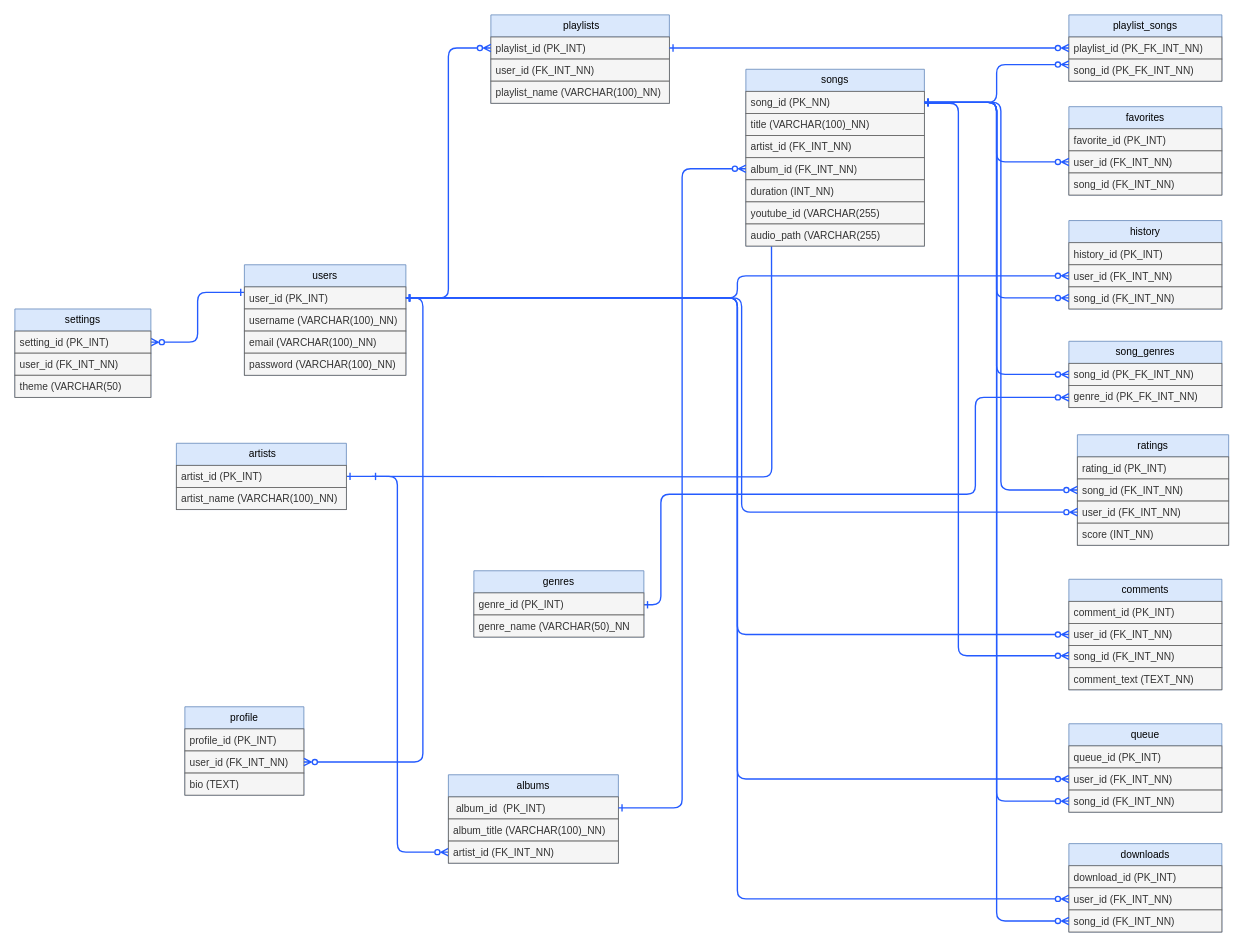
Above: soundsync.drawio in peraltaisaiahjaireh-maker/SYSTEM.SIAxDBMS_GROUP5 (draw.io), before the change. Source tidied: cells renumbered, new cells numbered last; positions are measured from the earlier drawing's top-left corner, leaving out a move shared by most shapes. Both pictures are drawn from the tidied source at 85%, with x=0, y=0 at pixel (14, 14).
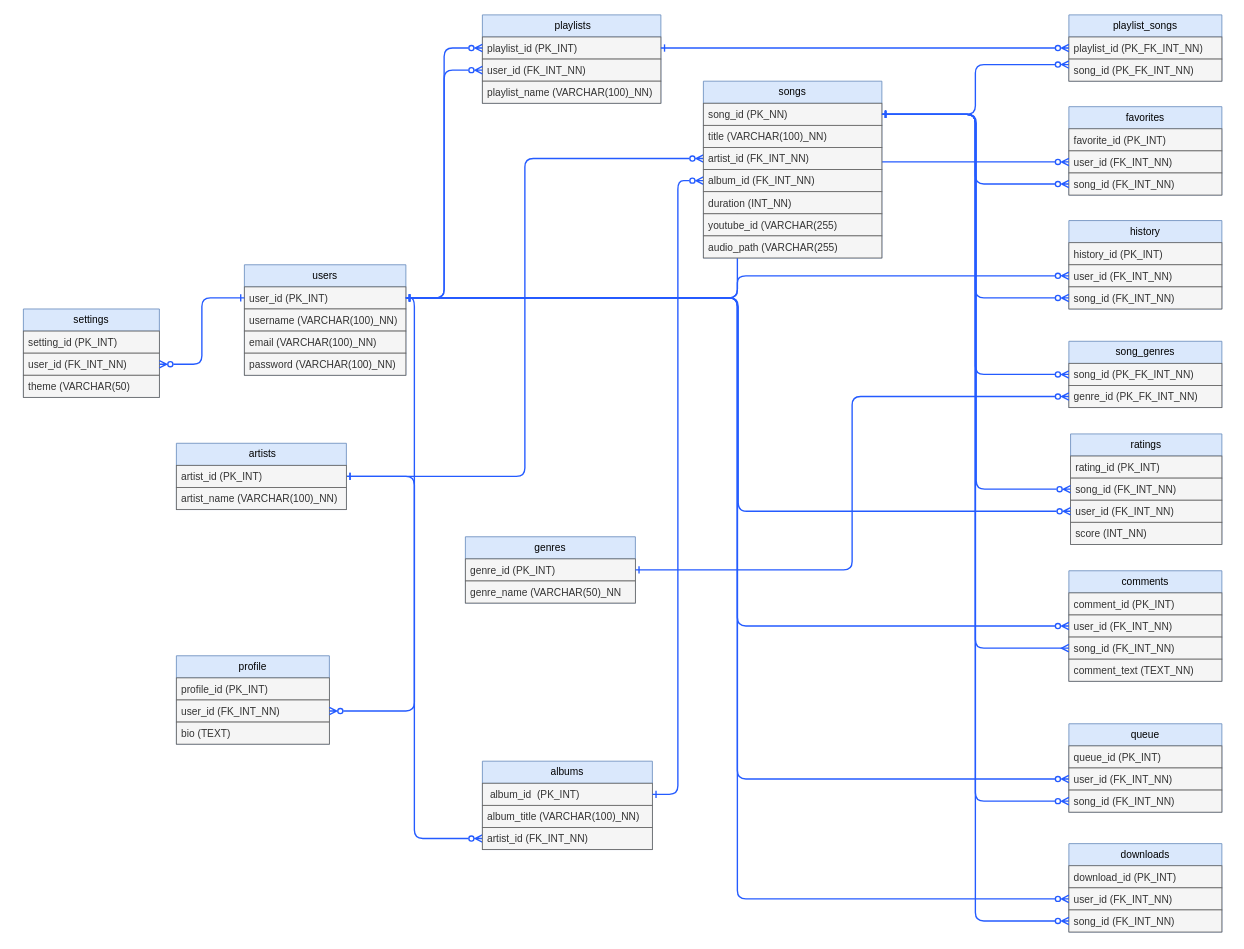
The same diagram, later.

Unchanged cells that the change refers to:
```xml
<mxCell id="3" value="users" style="swimlane;fontStyle=0;horizontal=1;startSize=26;fillColor=#dae8fc;whiteSpace=wrap;html=1;strokeColor=#6c8ebf;" parent="1" vertex="1">
  <mxGeometry x="270" y="294" width="190" height="130" as="geometry" />
</mxCell>
<mxCell id="4" value="user_id (PK_INT)" style="text;strokeColor=#666666;fillColor=#f5f5f5;align=left;verticalAlign=top;spacingLeft=4;spacingRight=4;overflow=hidden;points=[[0,0.5],[1,0.5]];portConstraint=eastwest;whiteSpace=wrap;html=1;fontColor=#333333;" parent="3" vertex="1">
  <mxGeometry y="26" width="190" height="26" as="geometry" />
</mxCell>
<mxCell id="10" value="&amp;nbsp;artists" style="swimlane;fontStyle=0;horizontal=1;startSize=26;fillColor=#dae8fc;whiteSpace=wrap;html=1;strokeColor=#6c8ebf;" parent="1" vertex="1">
  <mxGeometry x="190" y="504" width="200" height="78" as="geometry" />
</mxCell>
<mxCell id="27" value="user_id (FK_INT_NN)" style="text;strokeColor=#666666;fillColor=#f5f5f5;align=left;verticalAlign=top;spacingLeft=4;spacingRight=4;overflow=hidden;points=[[0,0.5],[1,0.5]];portConstraint=eastwest;whiteSpace=wrap;html=1;fontColor=#333333;" parent="25" vertex="1">
  <mxGeometry y="52" width="210" height="26" as="geometry" />
</mxCell>
<mxCell id="34" value="user_id (FK_INT_NN)&amp;nbsp;" style="text;strokeColor=#666666;fillColor=#f5f5f5;align=left;verticalAlign=top;spacingLeft=4;spacingRight=4;overflow=hidden;points=[[0,0.5],[1,0.5]];portConstraint=eastwest;whiteSpace=wrap;html=1;fontColor=#333333;" parent="32" vertex="1">
  <mxGeometry y="52" width="180" height="26" as="geometry" />
</mxCell>
<mxCell id="35" value="song_id (FK_INT_NN)" style="text;strokeColor=#666666;fillColor=#f5f5f5;align=left;verticalAlign=top;spacingLeft=4;spacingRight=4;overflow=hidden;points=[[0,0.5],[1,0.5]];portConstraint=eastwest;whiteSpace=wrap;html=1;fontColor=#333333;" parent="32" vertex="1">
  <mxGeometry y="78" width="180" height="26" as="geometry" />
</mxCell>
<mxCell id="42" value="&lt;div&gt;&lt;font color=&quot;#333333&quot;&gt;genre_id&lt;/font&gt;&lt;span style=&quot;color: rgb(51, 51, 51); background-color: transparent;&quot;&gt; &lt;/span&gt;&lt;span style=&quot;color: rgb(51, 51, 51); background-color: transparent;&quot;&gt;(PK_FK_INT_NN)&lt;/span&gt;&lt;/div&gt;" style="text;strokeColor=#666666;fillColor=#f5f5f5;align=left;verticalAlign=top;spacingLeft=4;spacingRight=4;overflow=hidden;points=[[0,0.5],[1,0.5]];portConstraint=eastwest;whiteSpace=wrap;html=1;fontColor=#333333;" parent="40" vertex="1">
  <mxGeometry y="52" width="180" height="26" as="geometry" />
</mxCell>
<mxCell id="51" value="song_id&lt;span style=&quot;color: rgb(51, 51, 51);&quot;&gt; &lt;/span&gt;&lt;span style=&quot;scrollbar-color: rgba(168, 169, 170, 0.52) rgb(18, 19, 20); color: rgb(51, 51, 51);&quot;&gt;(FK_INT_NN)&lt;/span&gt;" style="text;strokeColor=#666666;fillColor=#f5f5f5;align=left;verticalAlign=top;spacingLeft=4;spacingRight=4;overflow=hidden;points=[[0,0.5],[1,0.5]];portConstraint=eastwest;whiteSpace=wrap;html=1;fontColor=#333333;" parent="48" vertex="1">
  <mxGeometry y="78" width="180" height="26" as="geometry" />
</mxCell>
<mxCell id="58" value="setting_id (PK_INT)" style="text;strokeColor=#666666;fillColor=#f5f5f5;align=left;verticalAlign=top;spacingLeft=4;spacingRight=4;overflow=hidden;points=[[0,0.5],[1,0.5]];portConstraint=eastwest;whiteSpace=wrap;html=1;fontColor=#333333;" parent="57" vertex="1">
  <mxGeometry y="26" width="160" height="26" as="geometry" />
</mxCell>
<mxCell id="59" value="user_id (FK_INT_NN)" style="text;strokeColor=#666666;fillColor=#f5f5f5;align=left;verticalAlign=top;spacingLeft=4;spacingRight=4;overflow=hidden;points=[[0,0.5],[1,0.5]];portConstraint=eastwest;whiteSpace=wrap;html=1;fontColor=#333333;" parent="57" vertex="1">
  <mxGeometry y="52" width="160" height="26" as="geometry" />
</mxCell>
<mxCell id="88" value="genre_id (PK_INT)" style="text;strokeColor=#666666;fillColor=#f5f5f5;align=left;verticalAlign=top;spacingLeft=4;spacingRight=4;overflow=hidden;points=[[0,0.5],[1,0.5]];portConstraint=eastwest;whiteSpace=wrap;html=1;fontColor=#333333;" parent="87" vertex="1">
  <mxGeometry y="26" width="200" height="26" as="geometry" />
</mxCell>
```

The edit, as a diff of the source:
```diff
@@
-    <mxCell id="2" style="edgeStyle=orthogonalEdgeStyle;shape=connector;rounded=1;html=1;exitX=0;exitY=0.25;exitDx=0;exitDy=0;entryX=1;entryY=0.5;entryDx=0;entryDy=0;strokeColor=#245BFF;strokeWidth=1.6;align=center;verticalAlign=middle;fontFamily=Helvetica;fontSize=11;fontColor=default;labelBackgroundColor=default;startArrow=ERone;startFill=0;endArrow=ERzeroToMany;endFill=0;" parent="1" edge="1" source="3" target="58">
-      <mxGeometry relative="1" as="geometry" />
-    </mxCell>
@@
-    <mxCell id="8" style="edgeStyle=orthogonalEdgeStyle;shape=connector;rounded=1;html=1;exitX=1;exitY=0.5;exitDx=0;exitDy=0;entryX=0;entryY=0.5;entryDx=0;entryDy=0;strokeColor=#245BFF;strokeWidth=1.6;align=center;verticalAlign=middle;fontFamily=Helvetica;fontSize=11;fontColor=default;labelBackgroundColor=default;startArrow=ERone;startFill=0;endArrow=ERzeroToMany;endFill=0;curved=0;jumpStyle=none;flowAnimation=0;" parent="1" edge="1">
-      <mxGeometry relative="1" as="geometry">
-        <mxPoint x="420" y="543" as="sourcePoint" />
-        <mxPoint x="890" y="155" as="targetPoint" />
-      </mxGeometry>
-    </mxCell>
@@
+    <mxCell id="90" style="edgeStyle=orthogonalEdgeStyle;shape=connector;rounded=1;html=1;exitX=1;exitY=0.5;exitDx=0;exitDy=0;entryX=0;entryY=0.5;entryDx=0;entryDy=0;strokeColor=#245BFF;strokeWidth=1.6;align=center;verticalAlign=middle;fontFamily=Helvetica;fontSize=11;fontColor=default;labelBackgroundColor=default;startArrow=ERone;startFill=0;endArrow=ERzeroToMany;endFill=0;" parent="1" edge="1" source="10" target="20">
+      <mxGeometry relative="1" as="geometry" />
+    </mxCell>
@@
     <mxCell id="13" value="albums" style="swimlane;fontStyle=0;horizontal=1;startSize=26;fillColor=#dae8fc;whiteSpace=wrap;html=1;strokeColor=#6c8ebf;" parent="1" vertex="1">
-      <mxGeometry x="510" y="894" width="200" height="104" as="geometry" />
+      <mxGeometry x="550" y="878" width="200" height="104" as="geometry" />
     </mxCell>
@@
-    <mxCell id="17" value="songs" style="swimlane;fontStyle=0;horizontal=1;startSize=26;fillColor=#dae8fc;whiteSpace=wrap;html=1;strokeColor=#6c8ebf;" parent="1" vertex="1">
-      <mxGeometry x="860" y="64" width="210" height="208" as="geometry" />
-    </mxCell>
-    <mxCell id="18" value="&lt;div style=&quot;&quot;&gt;&lt;span style=&quot;background-color: transparent;&quot;&gt;song_id (PK_NN)&amp;nbsp;&lt;/span&gt;&lt;/div&gt;" style="text;strokeColor=#666666;fillColor=#f5f5f5;align=left;verticalAlign=top;spacingLeft=4;spacingRight=4;overflow=hidden;points=[[0,0.5],[1,0.5]];portConstraint=eastwest;whiteSpace=wrap;html=1;fontColor=#333333;" parent="17" vertex="1">
-      <mxGeometry y="26" width="210" height="26" as="geometry" />
-    </mxCell>
-    <mxCell id="19" value="title (VARCHAR(100)_NN)" style="text;strokeColor=#666666;fillColor=#f5f5f5;align=left;verticalAlign=top;spacingLeft=4;spacingRight=4;overflow=hidden;whiteSpace=wrap;html=1;fontColor=#333333;" parent="17" vertex="1">
-      <mxGeometry y="52" width="210" height="26" as="geometry" />
-    </mxCell>
-    <mxCell id="20" value="&lt;span style=&quot;color: rgb(51, 51, 51);&quot;&gt;artist_id (FK_INT_NN)&lt;/span&gt;" style="text;strokeColor=#666666;fillColor=#f5f5f5;align=left;verticalAlign=top;spacingLeft=4;spacingRight=4;overflow=hidden;points=[[0,0.5],[1,0.5]];portConstraint=eastwest;whiteSpace=wrap;html=1;fontColor=#333333;" parent="17" vertex="1">
-      <mxGeometry y="78" width="210" height="26" as="geometry" />
-    </mxCell>
-    <mxCell id="21" value="album_id (FK_INT_NN)" style="text;strokeColor=#666666;fillColor=#f5f5f5;align=left;verticalAlign=top;spacingLeft=4;spacingRight=4;overflow=hidden;points=[[0,0.5],[1,0.5]];portConstraint=eastwest;whiteSpace=wrap;html=1;fontColor=#333333;" parent="17" vertex="1">
-      <mxGeometry y="104" width="210" height="26" as="geometry" />
-    </mxCell>
-    <mxCell id="22" value="duration (INT_NN)&amp;nbsp;" style="text;strokeColor=#666666;fillColor=#f5f5f5;align=left;verticalAlign=top;spacingLeft=4;spacingRight=4;overflow=hidden;whiteSpace=wrap;html=1;fontColor=#333333;" parent="17" vertex="1">
-      <mxGeometry y="130" width="210" height="26" as="geometry" />
-    </mxCell>
-    <mxCell id="23" value="youtube_id (VARCHAR(255)" style="text;strokeColor=#666666;fillColor=#f5f5f5;align=left;verticalAlign=top;spacingLeft=4;spacingRight=4;overflow=hidden;whiteSpace=wrap;html=1;fontColor=#333333;" parent="17" vertex="1">
-      <mxGeometry y="156" width="210" height="26" as="geometry" />
-    </mxCell>
-    <mxCell id="24" value="audio_path (VARCHAR(255)" style="text;strokeColor=#666666;fillColor=#f5f5f5;align=left;verticalAlign=top;spacingLeft=4;spacingRight=4;overflow=hidden;whiteSpace=wrap;html=1;fontColor=#333333;" parent="17" vertex="1">
-      <mxGeometry y="182" width="210" height="26" as="geometry" />
-    </mxCell>
     <mxCell id="25" value="&amp;nbsp;playlists" style="swimlane;fontStyle=0;horizontal=1;startSize=26;fillColor=#dae8fc;whiteSpace=wrap;html=1;strokeColor=#6c8ebf;" parent="1" vertex="1">
-      <mxGeometry x="560" width="210" height="104" as="geometry" />
+      <mxGeometry x="550" width="210" height="104" as="geometry" />
     </mxCell>
@@
     <mxCell id="43" value="ratings" style="swimlane;fontStyle=0;horizontal=1;startSize=26;fillColor=#dae8fc;whiteSpace=wrap;html=1;strokeColor=#6c8ebf;" parent="1" vertex="1">
-      <mxGeometry x="1250" y="494" width="178" height="130" as="geometry" />
+      <mxGeometry x="1242" y="493" width="178" height="130" as="geometry" />
     </mxCell>
@@
     <mxCell id="48" value="comments" style="swimlane;fontStyle=0;horizontal=1;startSize=26;fillColor=#dae8fc;whiteSpace=wrap;html=1;strokeColor=#6c8ebf;" parent="1" vertex="1">
-      <mxGeometry x="1240" y="664" width="180" height="130" as="geometry" />
+      <mxGeometry x="1240" y="654" width="180" height="130" as="geometry" />
     </mxCell>
@@
     <mxCell id="57" value="settings" style="swimlane;fontStyle=0;horizontal=1;startSize=26;fillColor=#dae8fc;whiteSpace=wrap;html=1;strokeColor=#6c8ebf;" parent="1" vertex="1">
-      <mxGeometry y="346" width="160" height="104" as="geometry" />
+      <mxGeometry x="10" y="346" width="160" height="104" as="geometry" />
     </mxCell>
@@
     <mxCell id="65" value="profile" style="swimlane;fontStyle=0;horizontal=1;startSize=26;fillColor=#dae8fc;whiteSpace=wrap;html=1;strokeColor=#6c8ebf;" parent="1" vertex="1">
-      <mxGeometry x="200" y="814" width="140" height="104" as="geometry" />
+      <mxGeometry x="190" y="754" width="180" height="104" as="geometry" />
     </mxCell>
     <mxCell id="66" value="profile_id (PK_INT)" style="text;strokeColor=#666666;fillColor=#f5f5f5;align=left;verticalAlign=top;spacingLeft=4;spacingRight=4;overflow=hidden;whiteSpace=wrap;html=1;fontColor=#333333;" parent="65" vertex="1">
-      <mxGeometry y="26" width="140" height="26" as="geometry" />
+      <mxGeometry y="26" width="180" height="26" as="geometry" />
     </mxCell>
     <mxCell id="67" value="user_id (FK_INT_NN)" style="text;strokeColor=#666666;fillColor=#f5f5f5;align=left;verticalAlign=top;spacingLeft=4;spacingRight=4;overflow=hidden;points=[[0,0.5],[1,0.5]];portConstraint=eastwest;whiteSpace=wrap;html=1;fontColor=#333333;" parent="65" vertex="1">
-      <mxGeometry y="52" width="140" height="26" as="geometry" />
+      <mxGeometry y="52" width="180" height="26" as="geometry" />
     </mxCell>
     <mxCell id="68" value="&lt;span style=&quot;color: rgb(51, 51, 51);&quot;&gt;bio (TEXT)&lt;/span&gt;" style="text;strokeColor=#666666;fillColor=#f5f5f5;align=left;verticalAlign=top;spacingLeft=4;spacingRight=4;overflow=hidden;whiteSpace=wrap;html=1;fontColor=#333333;" parent="65" vertex="1">
-      <mxGeometry y="78" width="140" height="26" as="geometry" />
+      <mxGeometry y="78" width="180" height="26" as="geometry" />
     </mxCell>
@@
-    <mxCell id="72" style="edgeStyle=orthogonalEdgeStyle;shape=connector;rounded=1;html=1;exitX=1;exitY=0.5;exitDx=0;exitDy=0;entryX=0;entryY=0.5;entryDx=0;entryDy=0;strokeColor=#245BFF;strokeWidth=1.6;align=center;verticalAlign=middle;fontFamily=Helvetica;fontSize=11;fontColor=default;labelBackgroundColor=default;startArrow=ERone;startFill=0;endArrow=ERzeroToMany;endFill=0;" parent="1" edge="1" source="18" target="34">
-      <mxGeometry relative="1" as="geometry" />
-    </mxCell>
@@
-    <mxCell id="76" style="edgeStyle=orthogonalEdgeStyle;shape=connector;rounded=1;html=1;strokeColor=#245BFF;strokeWidth=1.6;align=center;verticalAlign=middle;fontFamily=Helvetica;fontSize=11;fontColor=default;labelBackgroundColor=default;startArrow=ERone;startFill=0;endArrow=ERzeroToMany;endFill=0;" parent="1" edge="1" target="51">
-      <mxGeometry x="-0.17" relative="1" as="geometry">
-        <mxPoint x="1070" y="104" as="sourcePoint" />
-        <Array as="points">
-          <mxPoint x="1110" y="104" />
-          <mxPoint x="1110" y="754" />
-        </Array>
-      </mxGeometry>
-    </mxCell>
@@
-    <mxCell id="81" style="edgeStyle=orthogonalEdgeStyle;shape=connector;rounded=1;html=1;exitX=1;exitY=0.5;exitDx=0;exitDy=0;strokeColor=#245BFF;strokeWidth=1.6;align=center;verticalAlign=middle;fontFamily=Helvetica;fontSize=11;fontColor=default;labelBackgroundColor=default;startArrow=ERone;startFill=0;endArrow=ERzeroToMany;endFill=0;" parent="1" edge="1" source="4" target="67">
-      <mxGeometry relative="1" as="geometry">
-        <Array as="points">
-          <mxPoint x="480" y="333" />
-          <mxPoint x="480" y="879" />
-        </Array>
-      </mxGeometry>
-    </mxCell>
@@
-    <mxCell id="86" style="edgeStyle=orthogonalEdgeStyle;shape=connector;rounded=1;html=1;exitX=1;exitY=0.5;exitDx=0;exitDy=0;entryX=0;entryY=0.5;entryDx=0;entryDy=0;strokeColor=#245BFF;strokeWidth=1.6;align=center;verticalAlign=middle;fontFamily=Helvetica;fontSize=11;fontColor=default;labelBackgroundColor=default;startArrow=ERone;startFill=0;endArrow=ERzeroToMany;endFill=0;" parent="1" edge="1">
-      <mxGeometry relative="1" as="geometry">
-        <mxPoint x="740" y="694" as="sourcePoint" />
-        <mxPoint x="1240" y="450" as="targetPoint" />
-        <Array as="points">
-          <mxPoint x="760" y="694" />
-          <mxPoint x="760" y="564" />
-          <mxPoint x="1130" y="564" />
-          <mxPoint x="1130" y="450" />
-        </Array>
-      </mxGeometry>
-    </mxCell>
     <mxCell id="87" value="genres" style="swimlane;fontStyle=0;horizontal=1;startSize=26;fillColor=#dae8fc;whiteSpace=wrap;html=1;strokeColor=#6c8ebf;" parent="1" vertex="1">
-      <mxGeometry x="540" y="654" width="200" height="78" as="geometry" />
+      <mxGeometry x="530" y="614" width="200" height="78" as="geometry" />
     </mxCell>
@@
+    <mxCell id="91" style="edgeStyle=orthogonalEdgeStyle;shape=connector;rounded=1;html=1;exitX=1;exitY=0.5;exitDx=0;exitDy=0;entryX=0;entryY=0.5;entryDx=0;entryDy=0;strokeColor=#245BFF;strokeWidth=1.6;align=center;verticalAlign=middle;fontFamily=Helvetica;fontSize=11;fontColor=default;labelBackgroundColor=default;startArrow=ERone;startFill=0;endArrow=ERzeroToMany;endFill=0;" parent="1" edge="1" source="18" target="35">
+      <mxGeometry relative="1" as="geometry" />
+    </mxCell>
+    <mxCell id="92" style="edgeStyle=orthogonalEdgeStyle;shape=connector;rounded=1;html=1;exitX=1;exitY=0.5;exitDx=0;exitDy=0;entryX=0;entryY=0.5;entryDx=0;entryDy=0;strokeColor=#245BFF;strokeWidth=1.6;align=center;verticalAlign=middle;fontFamily=Helvetica;fontSize=11;fontColor=default;labelBackgroundColor=default;startArrow=ERone;startFill=0;endArrow=ERzeroToMany;endFill=0;" parent="1" edge="1" source="4" target="34">
+      <mxGeometry relative="1" as="geometry" />
+    </mxCell>
+    <mxCell id="17" value="songs" style="swimlane;fontStyle=0;horizontal=1;startSize=26;fillColor=#dae8fc;whiteSpace=wrap;html=1;strokeColor=#6c8ebf;" parent="1" vertex="1">
+      <mxGeometry x="810" y="78" width="210" height="208" as="geometry" />
+    </mxCell>
+    <mxCell id="18" value="&lt;div style=&quot;&quot;&gt;&lt;span style=&quot;background-color: transparent;&quot;&gt;song_id (PK_NN)&amp;nbsp;&lt;/span&gt;&lt;/div&gt;" style="text;strokeColor=#666666;fillColor=#f5f5f5;align=left;verticalAlign=top;spacingLeft=4;spacingRight=4;overflow=hidden;points=[[0,0.5],[1,0.5]];portConstraint=eastwest;whiteSpace=wrap;html=1;fontColor=#333333;" parent="17" vertex="1">
+      <mxGeometry y="26" width="210" height="26" as="geometry" />
+    </mxCell>
+    <mxCell id="19" value="title (VARCHAR(100)_NN)" style="text;strokeColor=#666666;fillColor=#f5f5f5;align=left;verticalAlign=top;spacingLeft=4;spacingRight=4;overflow=hidden;whiteSpace=wrap;html=1;fontColor=#333333;" parent="17" vertex="1">
+      <mxGeometry y="52" width="210" height="26" as="geometry" />
+    </mxCell>
+    <mxCell id="20" value="&lt;span style=&quot;color: rgb(51, 51, 51);&quot;&gt;artist_id (FK_INT_NN)&lt;/span&gt;" style="text;strokeColor=#666666;fillColor=#f5f5f5;align=left;verticalAlign=top;spacingLeft=4;spacingRight=4;overflow=hidden;points=[[0,0.5],[1,0.5]];portConstraint=eastwest;whiteSpace=wrap;html=1;fontColor=#333333;" parent="17" vertex="1">
+      <mxGeometry y="78" width="210" height="26" as="geometry" />
+    </mxCell>
+    <mxCell id="21" value="album_id (FK_INT_NN)" style="text;strokeColor=#666666;fillColor=#f5f5f5;align=left;verticalAlign=top;spacingLeft=4;spacingRight=4;overflow=hidden;points=[[0,0.5],[1,0.5]];portConstraint=eastwest;whiteSpace=wrap;html=1;fontColor=#333333;" parent="17" vertex="1">
+      <mxGeometry y="104" width="210" height="26" as="geometry" />
+    </mxCell>
+    <mxCell id="22" value="duration (INT_NN)&amp;nbsp;" style="text;strokeColor=#666666;fillColor=#f5f5f5;align=left;verticalAlign=top;spacingLeft=4;spacingRight=4;overflow=hidden;whiteSpace=wrap;html=1;fontColor=#333333;" parent="17" vertex="1">
+      <mxGeometry y="130" width="210" height="26" as="geometry" />
+    </mxCell>
+    <mxCell id="23" value="youtube_id (VARCHAR(255)" style="text;strokeColor=#666666;fillColor=#f5f5f5;align=left;verticalAlign=top;spacingLeft=4;spacingRight=4;overflow=hidden;whiteSpace=wrap;html=1;fontColor=#333333;" parent="17" vertex="1">
+      <mxGeometry y="156" width="210" height="26" as="geometry" />
+    </mxCell>
+    <mxCell id="24" value="audio_path (VARCHAR(255)" style="text;strokeColor=#666666;fillColor=#f5f5f5;align=left;verticalAlign=top;spacingLeft=4;spacingRight=4;overflow=hidden;whiteSpace=wrap;html=1;fontColor=#333333;" parent="17" vertex="1">
+      <mxGeometry y="182" width="210" height="26" as="geometry" />
+    </mxCell>
+    <mxCell id="93" style="edgeStyle=orthogonalEdgeStyle;shape=connector;rounded=1;html=1;exitX=1;exitY=0.5;exitDx=0;exitDy=0;entryX=0;entryY=0.5;entryDx=0;entryDy=0;strokeColor=#245BFF;strokeWidth=1.6;align=center;verticalAlign=middle;fontFamily=Helvetica;fontSize=11;fontColor=default;labelBackgroundColor=default;startArrow=ERone;startFill=0;endArrow=ERmany;endFill=0;" parent="1" edge="1" source="18" target="51">
+      <mxGeometry relative="1" as="geometry" />
+    </mxCell>
+    <mxCell id="94" style="edgeStyle=orthogonalEdgeStyle;shape=connector;rounded=1;html=1;exitX=1;exitY=0.5;exitDx=0;exitDy=0;entryX=0;entryY=0.5;entryDx=0;entryDy=0;strokeColor=#245BFF;strokeWidth=1.6;align=center;verticalAlign=middle;fontFamily=Helvetica;fontSize=11;fontColor=default;labelBackgroundColor=default;startArrow=ERone;startFill=0;endArrow=ERzeroToMany;endFill=0;" parent="1" edge="1" source="4" target="27">
+      <mxGeometry relative="1" as="geometry" />
+    </mxCell>
+    <mxCell id="95" style="edgeStyle=orthogonalEdgeStyle;shape=connector;rounded=1;html=1;exitX=1;exitY=0.5;exitDx=0;exitDy=0;entryX=0;entryY=0.5;entryDx=0;entryDy=0;strokeColor=#245BFF;strokeWidth=1.6;align=center;verticalAlign=middle;fontFamily=Helvetica;fontSize=11;fontColor=default;labelBackgroundColor=default;startArrow=ERone;startFill=0;endArrow=ERzeroToMany;endFill=0;" parent="1" edge="1" source="88" target="42">
+      <mxGeometry relative="1" as="geometry" />
+    </mxCell>
+    <mxCell id="81" style="edgeStyle=orthogonalEdgeStyle;shape=connector;rounded=1;html=1;exitX=1;exitY=0.5;exitDx=0;exitDy=0;entryX=1;entryY=0.5;entryDx=0;entryDy=0;strokeColor=#245BFF;strokeWidth=1.6;align=center;verticalAlign=middle;fontFamily=Helvetica;fontSize=11;fontColor=default;labelBackgroundColor=default;startArrow=ERone;startFill=0;endArrow=ERzeroToMany;endFill=0;" parent="1" edge="1" source="4" target="67">
+      <mxGeometry relative="1" as="geometry" />
+    </mxCell>
+    <mxCell id="96" style="edgeStyle=orthogonalEdgeStyle;shape=connector;rounded=1;html=1;exitX=0;exitY=0.5;exitDx=0;exitDy=0;entryX=1;entryY=0.5;entryDx=0;entryDy=0;strokeColor=#245BFF;strokeWidth=1.6;align=center;verticalAlign=middle;fontFamily=Helvetica;fontSize=11;fontColor=default;labelBackgroundColor=default;startArrow=ERone;startFill=0;endArrow=ERzeroToMany;endFill=0;" parent="1" edge="1" source="4" target="59">
+      <mxGeometry relative="1" as="geometry" />
+    </mxCell>
```
